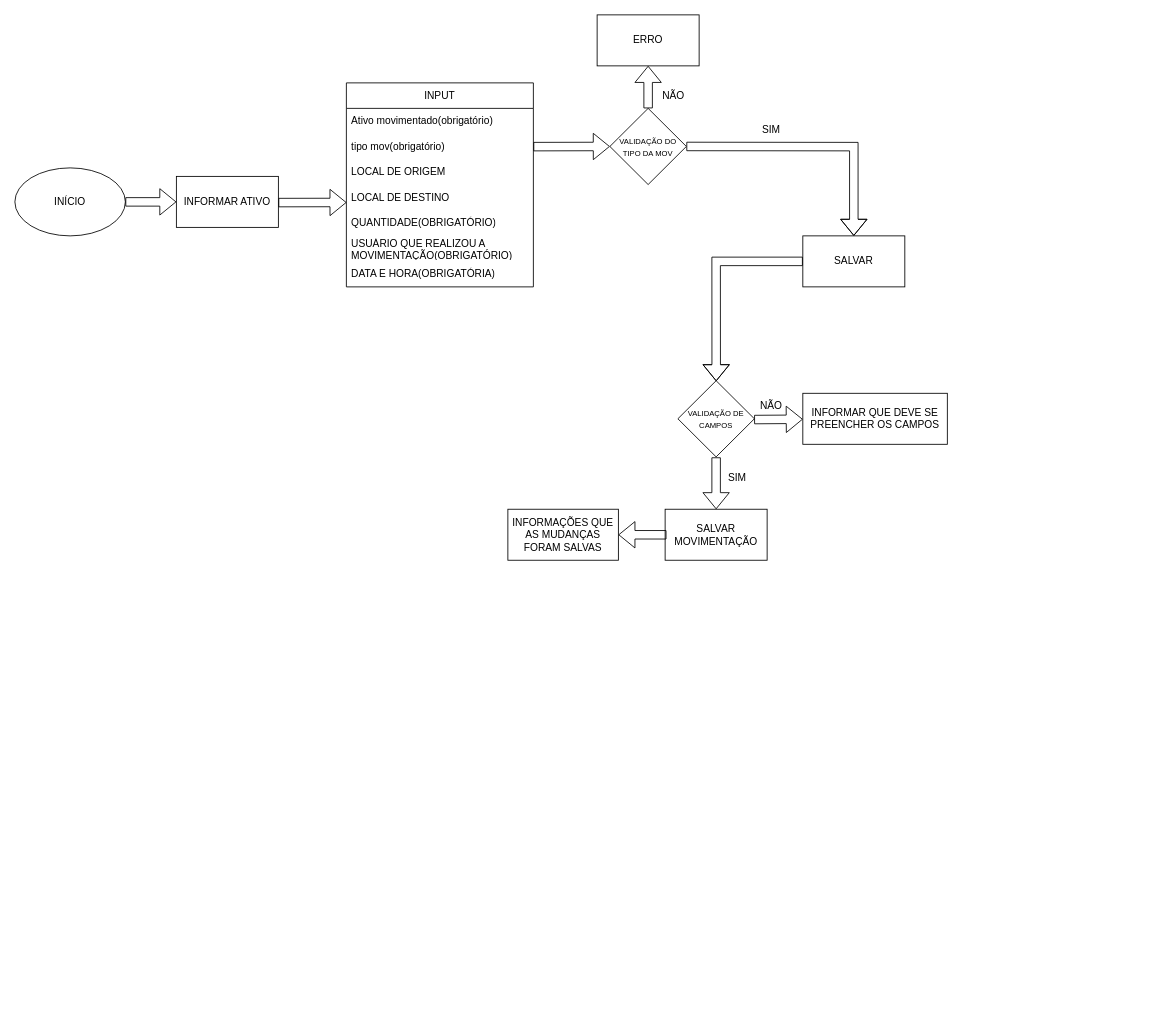
Above: fluxogramas/movimentacoes.drawio in asghensel/projetoCadastro (draw.io), before the change. Source tidied: cells renumbered, new cells numbered last; positions are measured from the earlier drawing's top-left corner, leaving out a move shared by most shapes. Both pictures are drawn from the tidied source at 85%, with x=0, y=0 at pixel (14, 14).
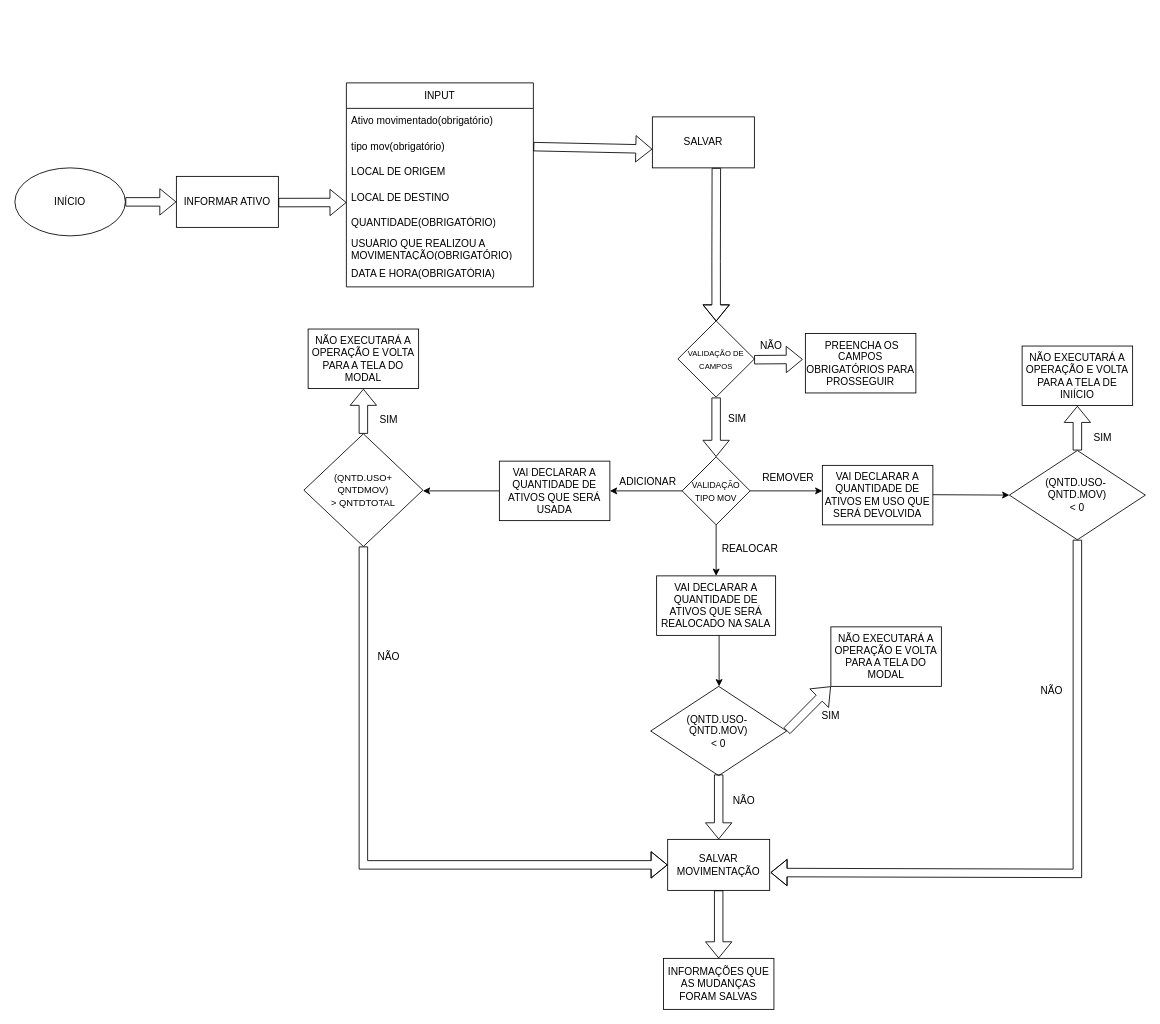
The same page after the edit.

The change refers to these unchanged cells:
```xml
<mxCell id="8" value="tipo mov(obrigatório)" style="text;strokeColor=none;fillColor=none;align=left;verticalAlign=middle;spacingLeft=4;spacingRight=4;overflow=hidden;points=[[0,0.5],[1,0.5]];portConstraint=eastwest;whiteSpace=wrap;html=1;" parent="6" vertex="1">
  <mxGeometry y="60" width="220" height="30" as="geometry" />
</mxCell>
```

Change to the diagram source:
```diff
@@
-    <mxCell id="14" style="shape=flexArrow;endArrow=classic;html=1;rounded=0;entryX=0.5;entryY=0;entryDx=0;entryDy=0;exitX=1;exitY=0.5;exitDx=0;exitDy=0;" parent="1" edge="1" source="27" target="15">
-      <mxGeometry relative="1" as="geometry">
-        <Array as="points">
-          <mxPoint x="987" y="155" />
-        </Array>
-      </mxGeometry>
-    </mxCell>
     <mxCell id="15" value="SALVAR" style="rounded=0;whiteSpace=wrap;html=1;" parent="1" vertex="1">
-      <mxGeometry x="927" y="260" width="120" height="60" as="geometry" />
+      <mxGeometry x="750" y="120" width="120" height="60" as="geometry" />
     </mxCell>
-    <mxCell id="16" style="shape=flexArrow;endArrow=classic;html=1;rounded=0;exitX=0;exitY=0.5;exitDx=0;exitDy=0;entryX=0.501;entryY=0.007;entryDx=0;entryDy=0;entryPerimeter=0;" parent="1" edge="1" source="15" target="17">
+    <mxCell id="16" style="shape=flexArrow;endArrow=classic;html=1;rounded=0;exitX=0.627;exitY=1;exitDx=0;exitDy=0;entryX=0.501;entryY=0.007;entryDx=0;entryDy=0;entryPerimeter=0;exitPerimeter=0;" parent="1" edge="1" source="15" target="17">
       <mxGeometry relative="1" as="geometry">
         <Array as="points">
           <mxPoint x="825" y="290" />
         </Array>
       </mxGeometry>
     </mxCell>
     <mxCell id="17" value="&lt;font style=&quot;font-size: 9px;&quot;&gt;VALIDAÇÃO DE CAMPOS&lt;/font&gt;" style="rhombus;whiteSpace=wrap;html=1;" parent="1" vertex="1">
-      <mxGeometry x="780" y="430.4" width="90" height="89.6" as="geometry" />
+      <mxGeometry x="780" y="360" width="90" height="89.6" as="geometry" />
     </mxCell>
-    <mxCell id="18" style="shape=flexArrow;endArrow=classic;html=1;rounded=0;exitX=0.5;exitY=1.006;exitDx=0;exitDy=0;exitPerimeter=0;" parent="1" edge="1" source="17" target="19">
+    <mxCell id="18" style="shape=flexArrow;endArrow=classic;html=1;rounded=0;exitX=0.5;exitY=1.006;exitDx=0;exitDy=0;exitPerimeter=0;entryX=0.5;entryY=0;entryDx=0;entryDy=0;" parent="1" edge="1" source="17" target="32">
       <mxGeometry relative="1" as="geometry" />
     </mxCell>
     <mxCell id="19" value="SALVAR MOVIMENTAÇÃO" style="rounded=0;whiteSpace=wrap;html=1;" parent="1" vertex="1">
-      <mxGeometry x="765" y="581.6" width="120" height="60" as="geometry" />
+      <mxGeometry x="768" y="970" width="120" height="60" as="geometry" />
     </mxCell>
-    <mxCell id="20" style="shape=flexArrow;endArrow=classic;html=1;rounded=0;exitX=0.997;exitY=0.51;exitDx=0;exitDy=0;exitPerimeter=0;" parent="1" edge="1" source="17" target="21">
-      <mxGeometry relative="1" as="geometry" />
+    <mxCell id="20" style="shape=flexArrow;endArrow=classic;html=1;rounded=0;exitX=0.997;exitY=0.51;exitDx=0;exitDy=0;exitPerimeter=0;" parent="1" edge="1" source="17">
+      <mxGeometry relative="1" as="geometry">
+        <mxPoint x="927" y="405.3" as="targetPoint" />
+      </mxGeometry>
     </mxCell>
-    <mxCell id="21" value="INFORMAR QUE DEVE SE PREENCHER OS CAMPOS" style="rounded=0;whiteSpace=wrap;html=1;" parent="1" vertex="1">
-      <mxGeometry x="927" y="445.2" width="170" height="60" as="geometry" />
-    </mxCell>
     <mxCell id="22" value="NÃO" style="text;strokeColor=none;align=center;fillColor=none;html=1;verticalAlign=middle;whiteSpace=wrap;rounded=0;" parent="1" vertex="1">
-      <mxGeometry x="860" y="445.2" width="60" height="30" as="geometry" />
+      <mxGeometry x="860" y="374.8" width="60" height="30" as="geometry" />
     </mxCell>
     <mxCell id="23" value="SIM" style="text;strokeColor=none;align=center;fillColor=none;html=1;verticalAlign=middle;whiteSpace=wrap;rounded=0;" parent="1" vertex="1">
-      <mxGeometry x="820" y="530" width="60" height="30" as="geometry" />
+      <mxGeometry x="820" y="459.6" width="60" height="30" as="geometry" />
     </mxCell>
-    <mxCell id="24" style="shape=flexArrow;endArrow=classic;html=1;rounded=0;exitX=0.013;exitY=0.501;exitDx=0;exitDy=0;exitPerimeter=0;" parent="1" edge="1" source="19" target="25">
+    <mxCell id="24" style="shape=flexArrow;endArrow=classic;html=1;rounded=0;exitX=0.5;exitY=1;exitDx=0;exitDy=0;entryX=0.5;entryY=0;entryDx=0;entryDy=0;" parent="1" edge="1" source="19" target="25">
       <mxGeometry relative="1" as="geometry" />
     </mxCell>
     <mxCell id="25" value="INFORMAÇÕES QUE AS MUDANÇAS FORAM SALVAS" style="rounded=0;whiteSpace=wrap;html=1;" parent="1" vertex="1">
-      <mxGeometry x="580" y="581.6" width="130" height="60" as="geometry" />
+      <mxGeometry x="763" y="1110" width="130" height="60" as="geometry" />
     </mxCell>
-    <mxCell id="26" style="shape=flexArrow;endArrow=classic;html=1;rounded=0;exitX=1;exitY=0.5;exitDx=0;exitDy=0;entryX=0;entryY=0.5;entryDx=0;entryDy=0;" parent="1" edge="1" source="8" target="27">
+    <mxCell id="26" style="shape=flexArrow;endArrow=classic;html=1;rounded=0;exitX=1;exitY=0.5;exitDx=0;exitDy=0;entryX=0;entryY=0.633;entryDx=0;entryDy=0;entryPerimeter=0;" parent="1" edge="1" source="8" target="15">
       <mxGeometry relative="1" as="geometry" />
     </mxCell>
-    <mxCell id="27" value="&lt;font style=&quot;font-size: 9px;&quot;&gt;VALIDAÇÃO DO TIPO DA MOV&lt;/font&gt;" style="rhombus;whiteSpace=wrap;html=1;" parent="1" vertex="1">
-      <mxGeometry x="700" y="110" width="90" height="89.6" as="geometry" />
-    </mxCell>
-    <mxCell id="28" value="SIM" style="text;strokeColor=none;align=center;fillColor=none;html=1;verticalAlign=middle;whiteSpace=wrap;rounded=0;" parent="1" vertex="1">
-      <mxGeometry x="860" y="120" width="60" height="30" as="geometry" />
-    </mxCell>
-    <mxCell id="29" value="NÃO" style="text;strokeColor=none;align=center;fillColor=none;html=1;verticalAlign=middle;whiteSpace=wrap;rounded=0;" parent="1" vertex="1">
-      <mxGeometry x="745" y="80" width="60" height="30" as="geometry" />
-    </mxCell>
-    <mxCell id="30" value="ERRO" style="rounded=0;whiteSpace=wrap;html=1;" parent="1" vertex="1">
-      <mxGeometry x="685" width="120" height="60" as="geometry" />
-    </mxCell>
-    <mxCell id="31" style="shape=flexArrow;endArrow=classic;html=1;rounded=0;exitX=0.5;exitY=0;exitDx=0;exitDy=0;entryX=0.5;entryY=1;entryDx=0;entryDy=0;" parent="1" edge="1" source="27" target="30">
-      <mxGeometry relative="1" as="geometry" />
-    </mxCell>
+    <mxCell id="32" value="&lt;font style=&quot;font-size: 10px;&quot;&gt;VALIDAÇÃO TIPO MOV&lt;/font&gt;" style="rhombus;whiteSpace=wrap;html=1;" parent="1" vertex="1">
+      <mxGeometry x="785" y="520" width="80" height="80" as="geometry" />
+    </mxCell>
+    <mxCell id="33" style="endArrow=classic;html=1;rounded=0;exitX=1;exitY=0.5;exitDx=0;exitDy=0;" parent="1" edge="1" source="32">
+      <mxGeometry relative="1" as="geometry">
+        <mxPoint x="950" y="560" as="targetPoint" />
+      </mxGeometry>
+    </mxCell>
+    <mxCell id="34" value="VAI DECLARAR A QUANTIDADE DE ATIVOS EM USO QUE SERÁ DEVOLVIDA" style="rounded=0;whiteSpace=wrap;html=1;" parent="1" vertex="1">
+      <mxGeometry x="950" y="530" width="130" height="70" as="geometry" />
+    </mxCell>
+    <mxCell id="35" value="REMOVER" style="text;strokeColor=none;align=center;fillColor=none;html=1;verticalAlign=middle;whiteSpace=wrap;rounded=0;" parent="1" vertex="1">
+      <mxGeometry x="880" y="530" width="60" height="30" as="geometry" />
+    </mxCell>
+    <mxCell id="36" style="endArrow=classic;html=1;rounded=0;exitX=1;exitY=0.5;exitDx=0;exitDy=0;entryX=0;entryY=0.5;entryDx=0;entryDy=0;" parent="1" edge="1" target="37">
+      <mxGeometry relative="1" as="geometry">
+        <mxPoint x="1080" y="564.5" as="sourcePoint" />
+      </mxGeometry>
+    </mxCell>
+    <mxCell id="37" value="(QNTD.USO-&amp;nbsp;&lt;div&gt;QNTD.MOV)&lt;div&gt;&amp;lt; 0&lt;/div&gt;&lt;/div&gt;" style="rhombus;whiteSpace=wrap;html=1;" parent="1" vertex="1">
+      <mxGeometry x="1170" y="512.5" width="160" height="105" as="geometry" />
+    </mxCell>
+    <mxCell id="38" style="shape=flexArrow;endArrow=classic;html=1;rounded=0;exitX=0.5;exitY=0;exitDx=0;exitDy=0;" parent="1" edge="1" source="37">
+      <mxGeometry relative="1" as="geometry">
+        <mxPoint x="1250" y="460" as="targetPoint" />
+      </mxGeometry>
+    </mxCell>
+    <mxCell id="39" value="SIM" style="text;strokeColor=none;align=center;fillColor=none;html=1;verticalAlign=middle;whiteSpace=wrap;rounded=0;" parent="1" vertex="1">
+      <mxGeometry x="1250" y="482.5" width="60" height="30" as="geometry" />
+    </mxCell>
+    <mxCell id="40" value="NÃO EXECUTARÁ A OPERAÇÃO E VOLTA PARA A TELA DE INIÍCIO" style="rounded=0;whiteSpace=wrap;html=1;" parent="1" vertex="1">
+      <mxGeometry x="1185" y="389.6" width="130" height="70" as="geometry" />
+    </mxCell>
+    <mxCell id="41" style="endArrow=classic;html=1;rounded=0;exitX=0;exitY=0.5;exitDx=0;exitDy=0;" parent="1" edge="1" source="42">
+      <mxGeometry relative="1" as="geometry">
+        <mxPoint x="480" y="560" as="targetPoint" />
+      </mxGeometry>
+    </mxCell>
+    <mxCell id="42" value="VAI DECLARAR A QUANTIDADE DE ATIVOS QUE SERÁ USADA" style="rounded=0;whiteSpace=wrap;html=1;" parent="1" vertex="1">
+      <mxGeometry x="570" y="525" width="130" height="70" as="geometry" />
+    </mxCell>
+    <mxCell id="43" value="ADICIONAR" style="text;strokeColor=none;align=center;fillColor=none;html=1;verticalAlign=middle;whiteSpace=wrap;rounded=0;" parent="1" vertex="1">
+      <mxGeometry x="720" y="540" width="50" height="20" as="geometry" />
+    </mxCell>
+    <mxCell id="44" style="endArrow=classic;html=1;rounded=0;exitX=0;exitY=0.5;exitDx=0;exitDy=0;" parent="1" edge="1" source="32">
+      <mxGeometry relative="1" as="geometry">
+        <mxPoint x="700" y="560" as="targetPoint" />
+      </mxGeometry>
+    </mxCell>
+    <mxCell id="45" value="&lt;font style=&quot;font-size: 11px;&quot;&gt;(QNTD.USO+&lt;/font&gt;&lt;div&gt;&lt;font style=&quot;font-size: 11px;&quot;&gt;QNTDMOV)&lt;/font&gt;&lt;div&gt;&lt;font style=&quot;font-size: 11px;&quot;&gt;&amp;gt; QNTDTOTAL&lt;/font&gt;&lt;/div&gt;&lt;/div&gt;" style="rhombus;whiteSpace=wrap;html=1;" parent="1" vertex="1">
+      <mxGeometry x="340" y="492.9" width="140" height="132.5" as="geometry" />
+    </mxCell>
+    <mxCell id="46" style="shape=flexArrow;endArrow=classic;html=1;rounded=0;exitX=0.5;exitY=0;exitDx=0;exitDy=0;" parent="1" edge="1">
+      <mxGeometry relative="1" as="geometry">
+        <mxPoint x="410" y="492.9" as="sourcePoint" />
+        <mxPoint x="410" y="439.9" as="targetPoint" />
+      </mxGeometry>
+    </mxCell>
+    <mxCell id="47" value="SIM" style="text;strokeColor=none;align=center;fillColor=none;html=1;verticalAlign=middle;whiteSpace=wrap;rounded=0;" parent="1" vertex="1">
+      <mxGeometry x="410" y="462.4" width="60" height="30" as="geometry" />
+    </mxCell>
+    <mxCell id="48" value="NÃO EXECUTARÁ A OPERAÇÃO E VOLTA PARA A TELA DO MODAL" style="rounded=0;whiteSpace=wrap;html=1;" parent="1" vertex="1">
+      <mxGeometry x="345" y="369.6" width="130" height="70" as="geometry" />
+    </mxCell>
+    <mxCell id="49" style="endArrow=classic;html=1;rounded=0;exitX=0.5;exitY=1;exitDx=0;exitDy=0;" parent="1" edge="1" source="32">
+      <mxGeometry relative="1" as="geometry">
+        <mxPoint x="825" y="660" as="targetPoint" />
+      </mxGeometry>
+    </mxCell>
+    <mxCell id="50" value="REALOCAR" style="text;strokeColor=none;align=center;fillColor=none;html=1;verticalAlign=middle;whiteSpace=wrap;rounded=0;" parent="1" vertex="1">
+      <mxGeometry x="840" y="617.5" width="50" height="20" as="geometry" />
+    </mxCell>
+    <mxCell id="51" value="VAI DECLARAR A QUANTIDADE DE ATIVOS QUE SERÁ REALOCADO NA SALA" style="rounded=0;whiteSpace=wrap;html=1;" parent="1" vertex="1">
+      <mxGeometry x="755" y="660" width="140" height="70" as="geometry" />
+    </mxCell>
+    <mxCell id="52" style="endArrow=classic;html=1;rounded=0;exitX=0.5;exitY=1;exitDx=0;exitDy=0;" parent="1" edge="1">
+      <mxGeometry relative="1" as="geometry">
+        <mxPoint x="828.5" y="730" as="sourcePoint" />
+        <mxPoint x="828.5" y="790" as="targetPoint" />
+      </mxGeometry>
+    </mxCell>
+    <mxCell id="53" value="(QNTD.USO-&amp;nbsp;&lt;div&gt;QNTD.MOV)&lt;div&gt;&amp;lt; 0&lt;/div&gt;&lt;/div&gt;" style="rhombus;whiteSpace=wrap;html=1;" parent="1" vertex="1">
+      <mxGeometry x="748" y="790" width="160" height="105" as="geometry" />
+    </mxCell>
+    <mxCell id="54" style="shape=flexArrow;endArrow=classic;html=1;rounded=0;exitX=1;exitY=0.5;exitDx=0;exitDy=0;" parent="1" edge="1" source="53">
+      <mxGeometry relative="1" as="geometry">
+        <mxPoint x="960" y="790" as="targetPoint" />
+      </mxGeometry>
+    </mxCell>
+    <mxCell id="55" value="SIM" style="text;strokeColor=none;align=center;fillColor=none;html=1;verticalAlign=middle;whiteSpace=wrap;rounded=0;" parent="1" vertex="1">
+      <mxGeometry x="930" y="810" width="60" height="30" as="geometry" />
+    </mxCell>
+    <mxCell id="56" value="NÃO EXECUTARÁ A OPERAÇÃO E VOLTA PARA A TELA DO MODAL" style="rounded=0;whiteSpace=wrap;html=1;" parent="1" vertex="1">
+      <mxGeometry x="960" y="720" width="130" height="70" as="geometry" />
+    </mxCell>
+    <mxCell id="57" style="shape=flexArrow;endArrow=classic;html=1;rounded=0;exitX=0.5;exitY=0.987;exitDx=0;exitDy=0;entryX=0.5;entryY=0;entryDx=0;entryDy=0;exitPerimeter=0;" parent="1" edge="1" source="53" target="19">
+      <mxGeometry relative="1" as="geometry" />
+    </mxCell>
+    <mxCell id="58" style="shape=flexArrow;endArrow=classic;html=1;rounded=0;exitX=0.5;exitY=1;exitDx=0;exitDy=0;entryX=0;entryY=0.5;entryDx=0;entryDy=0;" parent="1" edge="1" source="45" target="19">
+      <mxGeometry relative="1" as="geometry">
+        <Array as="points">
+          <mxPoint x="410" y="1000" />
+        </Array>
+      </mxGeometry>
+    </mxCell>
+    <mxCell id="59" value="NÃO" style="text;strokeColor=none;align=center;fillColor=none;html=1;verticalAlign=middle;whiteSpace=wrap;rounded=0;" parent="1" vertex="1">
+      <mxGeometry x="410" y="740" width="60" height="30" as="geometry" />
+    </mxCell>
+    <mxCell id="60" style="shape=flexArrow;endArrow=classic;html=1;rounded=0;exitX=0.5;exitY=1;exitDx=0;exitDy=0;entryX=1.008;entryY=0.65;entryDx=0;entryDy=0;entryPerimeter=0;" parent="1" edge="1" source="37" target="19">
+      <mxGeometry relative="1" as="geometry">
+        <Array as="points">
+          <mxPoint x="1250" y="1010" />
+        </Array>
+      </mxGeometry>
+    </mxCell>
+    <mxCell id="61" value="NÃO" style="text;strokeColor=none;align=center;fillColor=none;html=1;verticalAlign=middle;whiteSpace=wrap;rounded=0;" parent="1" vertex="1">
+      <mxGeometry x="828" y="910" width="60" height="30" as="geometry" />
+    </mxCell>
+    <mxCell id="62" value="NÃO" style="text;strokeColor=none;align=center;fillColor=none;html=1;verticalAlign=middle;whiteSpace=wrap;rounded=0;" parent="1" vertex="1">
+      <mxGeometry x="1190" y="780" width="60" height="30" as="geometry" />
+    </mxCell>
+    <mxCell id="63" value="&amp;nbsp;PREENCHA OS CAMPOS OBRIGATÓRIOS PARA PROSSEGUIR" style="rounded=0;whiteSpace=wrap;html=1;" parent="1" vertex="1">
+      <mxGeometry x="930" y="374.8" width="130" height="70" as="geometry" />
+    </mxCell>
```
